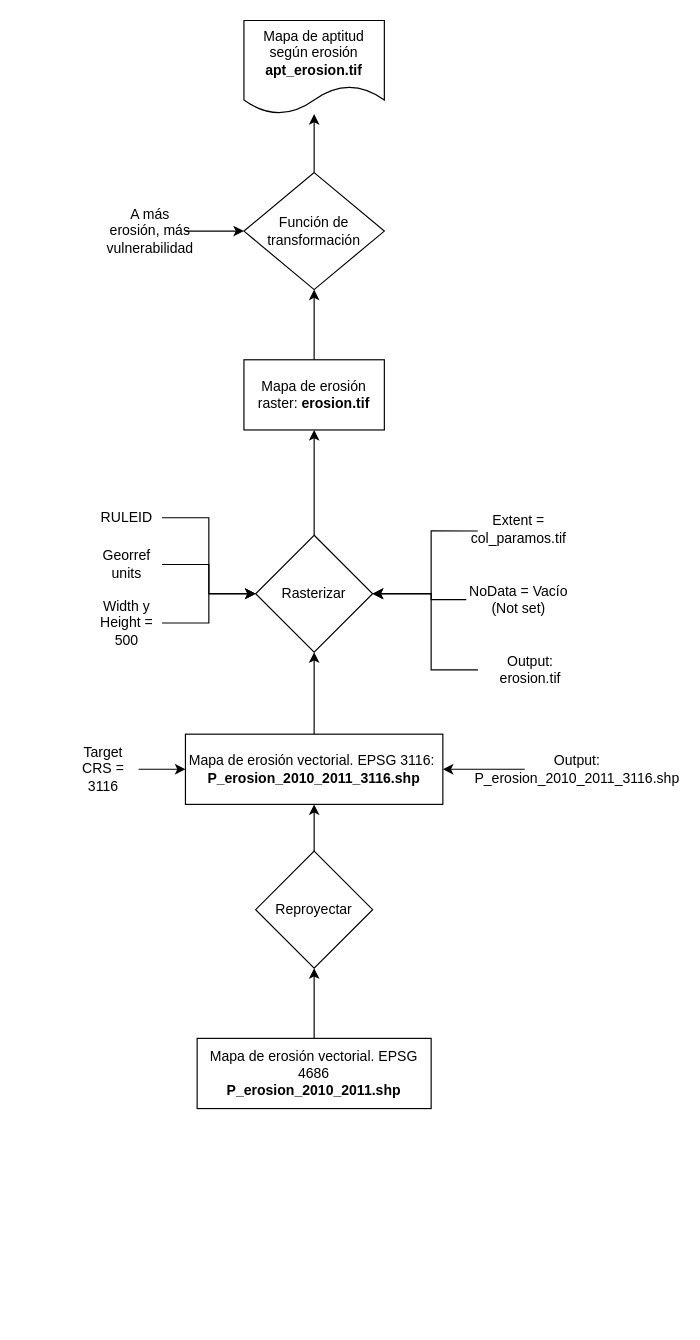
Before: workflows/erosion.drawio in aprendiendo-cosas/TP_variables_criterios_decision_TAO, a draw.io diagram. Source tidied: cells renumbered, new cells numbered last; positions are measured from the earlier drawing's top-left corner, leaving out a move shared by most shapes. Both pictures are drawn from the tidied source at 117%, with x=0, y=0 at pixel (68, 20).
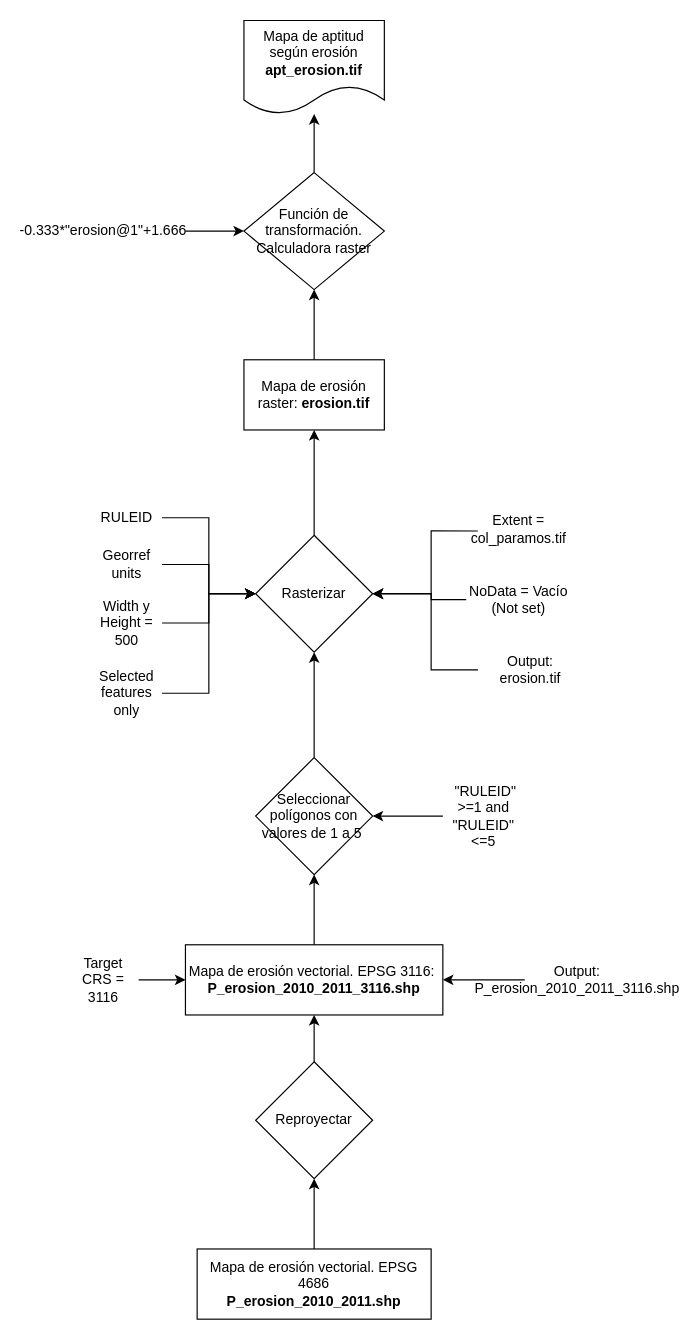
Above is the later version.

The change refers to these unchanged cells:
```xml
<mxCell id="6" value="Rasterizar" style="rhombus;whiteSpace=wrap;html=1;rounded=0;" parent="1" vertex="1">
  <mxGeometry x="160" y="440" width="100" height="100" as="geometry" />
</mxCell>
```

What changed in the source:
```diff
@@
-    <mxCell id="3" style="edgeStyle=orthogonalEdgeStyle;rounded=0;jettySize=auto;html=1;" parent="1" edge="1" source="4" target="6">
+    <mxCell id="3" style="edgeStyle=orthogonalEdgeStyle;rounded=0;jettySize=auto;html=1;exitX=0.5;exitY=0;exitDx=0;exitDy=0;" parent="1" edge="1" source="34" target="6">
       <mxGeometry relative="1" as="geometry" />
     </mxCell>
+    <mxCell id="33" style="edgeStyle=orthogonalEdgeStyle;rounded=0;jettySize=auto;html=1;" parent="1" edge="1" source="4" target="34">
+      <mxGeometry relative="1" as="geometry" />
+    </mxCell>
     <mxCell id="4" value="Mapa de erosión vectorial. EPSG 3116:&amp;nbsp;&lt;br&gt;&lt;b&gt;P_erosion_2010_2011_3116.shp&lt;/b&gt;&lt;span style=&quot;color: rgba(0 , 0 , 0 , 0) ; font-family: monospace ; font-size: 0px&quot;&gt;3CmxGraphModel%3E%3Croot%3E%3CmxCell%20id%3D%220%22%2F%3E%3CmxCell%20id%3D%221%22%20parent%3D%220%22%2F%3E%3CmxCell%20id%3D%222%22%20value%3D%22Mapa%20de%20erosi%C3%B3n%20vectorial.%20EPSG%203116%22%20style%3D%22rounded%3D0%3BwhiteSpace%3Dwrap%3Bhtml%3D1%3B%22%20vertex%3D%221%22%20parent%3D%221%22%3E%3CmxGeometry%20x%3D%22280%22%20y%3D%22560%22%20width%3D%22120%22%20height%3D%2260%22%20as%3D%22geometry%22%2F%3E%3C%2FmxCell%3E%3C%2Froot%3E%3C%2FmxGraphModel%3E&lt;/span&gt;" style="rounded=0;whiteSpace=wrap;html=1;" parent="1" vertex="1">
-      <mxGeometry x="100" y="610" width="220" height="60" as="geometry" />
+      <mxGeometry x="100" y="790" width="220" height="60" as="geometry" />
     </mxCell>
@@
-    <mxCell id="8" value="Función de transformación" style="rhombus;whiteSpace=wrap;html=1;rounded=0;" parent="1" vertex="1">
+    <mxCell id="8" value="Función de transformación. Calculadora raster" style="rhombus;whiteSpace=wrap;html=1;rounded=0;" parent="1" vertex="1">
       <mxGeometry x="150" y="130" width="120" height="100" as="geometry" />
     </mxCell>
@@
     <mxCell id="22" value="Mapa de erosión vectorial. EPSG 4686&lt;br&gt;&lt;b&gt;P_erosion_2010_2011.shp&lt;/b&gt;" style="rounded=0;whiteSpace=wrap;html=1;" parent="1" vertex="1">
-      <mxGeometry x="110" y="870" width="200" height="60" as="geometry" />
+      <mxGeometry x="110" y="1050" width="200" height="60" as="geometry" />
     </mxCell>
@@
     <mxCell id="24" value="Reproyectar" style="rhombus;whiteSpace=wrap;html=1;rounded=0;" parent="1" vertex="1">
-      <mxGeometry x="160" y="710" width="100" height="100" as="geometry" />
+      <mxGeometry x="160" y="890" width="100" height="100" as="geometry" />
     </mxCell>
@@
     <mxCell id="26" value="Output: P_erosion_2010_2011_3116.shp" style="text;html=1;strokeColor=none;fillColor=none;align=center;verticalAlign=middle;whiteSpace=wrap;rounded=0;" parent="1" vertex="1">
-      <mxGeometry x="390" y="625" width="90" height="30" as="geometry" />
+      <mxGeometry x="390" y="805" width="90" height="30" as="geometry" />
     </mxCell>
@@
     <mxCell id="28" value="Target CRS = 3116" style="text;html=1;strokeColor=none;fillColor=none;align=center;verticalAlign=middle;whiteSpace=wrap;rounded=0;" parent="1" vertex="1">
-      <mxGeometry y="625" width="60" height="30" as="geometry" />
+      <mxGeometry y="805" width="60" height="30" as="geometry" />
     </mxCell>
@@
-    <mxCell id="32" value="A más erosión, más vulnerabilidad" style="text;html=1;strokeColor=none;fillColor=none;align=center;verticalAlign=middle;whiteSpace=wrap;rounded=0;" parent="1" vertex="1">
-      <mxGeometry x="40" y="165" width="60" height="30" as="geometry" />
+    <mxCell id="32" value="-0.333*&quot;erosion@1&quot;+1.666" style="text;html=1;strokeColor=none;fillColor=none;align=center;verticalAlign=middle;whiteSpace=wrap;rounded=0;" parent="1" vertex="1">
+      <mxGeometry x="-40" y="165" width="140" height="30" as="geometry" />
     </mxCell>
+    <mxCell id="34" value="Seleccionar polígonos con valores de 1 a 5&amp;nbsp;" style="rhombus;whiteSpace=wrap;html=1;rounded=0;" parent="1" vertex="1">
+      <mxGeometry x="160" y="630" width="100" height="100" as="geometry" />
+    </mxCell>
+    <mxCell id="35" style="edgeStyle=orthogonalEdgeStyle;rounded=0;jettySize=auto;html=1;" parent="1" edge="1" source="36" target="34">
+      <mxGeometry relative="1" as="geometry" />
+    </mxCell>
+    <mxCell id="36" value="&amp;nbsp;&quot;RULEID&quot; &amp;gt;=1 and &quot;RULEID&quot; &amp;lt;=5" style="text;html=1;strokeColor=none;fillColor=none;align=center;verticalAlign=middle;whiteSpace=wrap;rounded=0;" parent="1" vertex="1">
+      <mxGeometry x="320" y="665" width="70" height="30" as="geometry" />
+    </mxCell>
+    <mxCell id="37" style="edgeStyle=orthogonalEdgeStyle;rounded=0;jettySize=auto;html=1;entryX=0;entryY=0.5;entryDx=0;entryDy=0;" parent="1" edge="1" source="38" target="6">
+      <mxGeometry relative="1" as="geometry" />
+    </mxCell>
+    <mxCell id="38" value="Selected features only" style="text;html=1;strokeColor=none;fillColor=none;align=center;verticalAlign=middle;whiteSpace=wrap;rounded=0;" parent="1" vertex="1">
+      <mxGeometry x="20" y="560" width="60" height="30" as="geometry" />
+    </mxCell>
```
